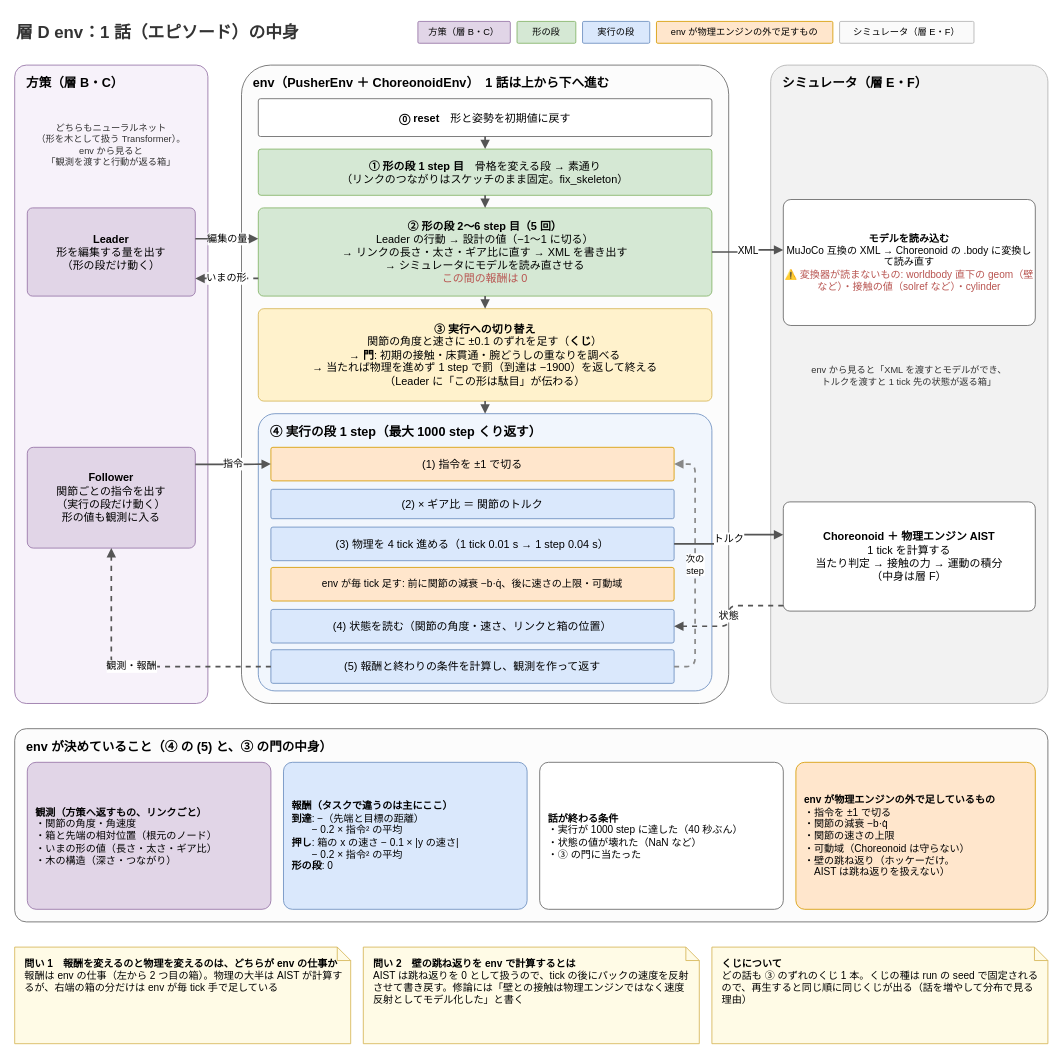
The draw.io diagram page "2 層 D env（1 話の中身）" (2 of 6) of docs/研究応用/執筆/使えそうな画像データ/M6の仕組み.drawio in 233301koshiro/StackelbergPPO, before the edit. Source tidied: cells renumbered, new cells numbered last; positions are measured from the earlier drawing's top-left corner, leaving out a move shared by most shapes. Both pictures are drawn from the tidied source at 84%, with x=0, y=0 at pixel (14, 14).
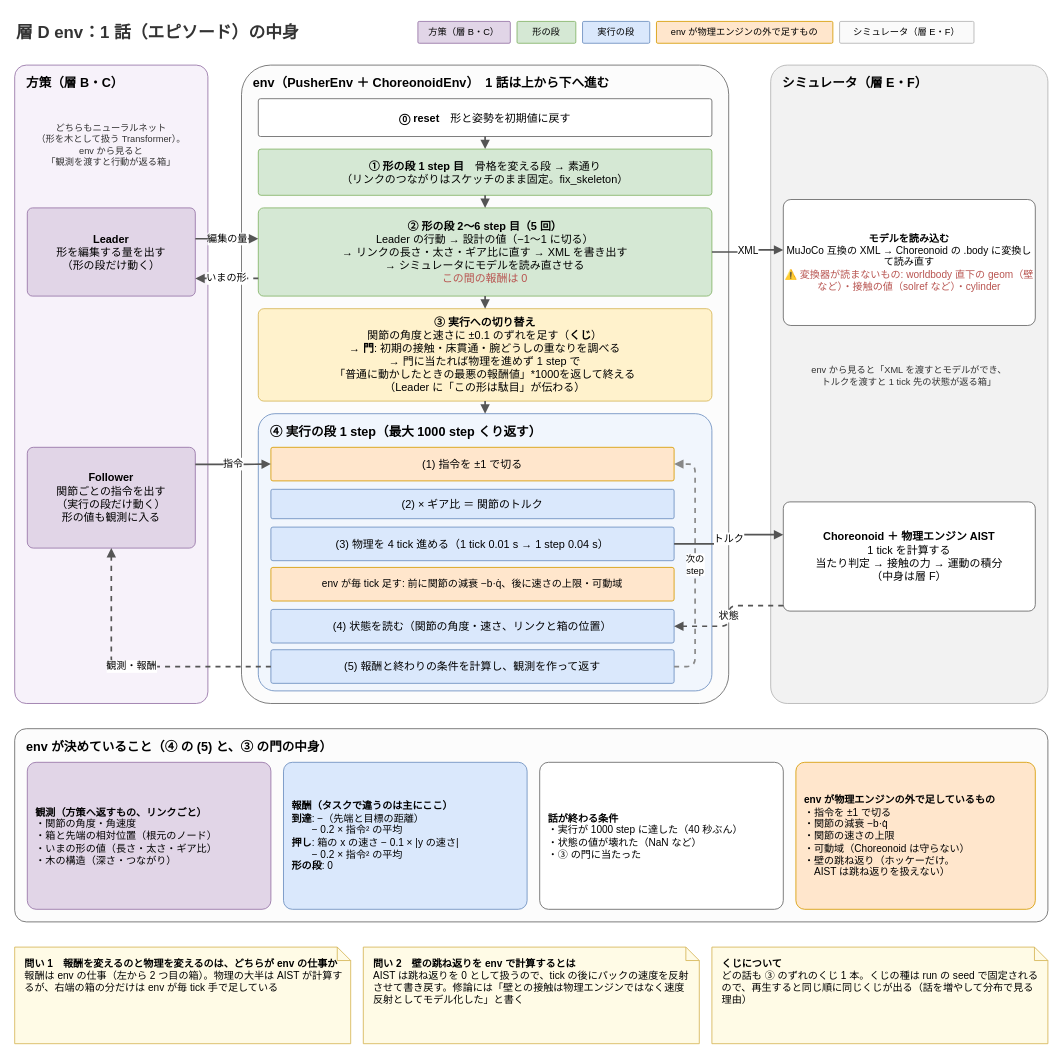
Above is the later version.

The edit, as a diff of the source:
```diff
@@
-    <mxCell id="16" value="&lt;b&gt;③ 実行への切り替え&lt;/b&gt;&lt;br&gt;関節の角度と速さに ±0.1 のずれを足す（&lt;b&gt;くじ&lt;/b&gt;）&lt;br&gt;→ &lt;b&gt;門&lt;/b&gt;: 初期の接触・床貫通・腕どうしの重なりを調べる&lt;br&gt;→ 当たれば物理を進めず 1 step で罰（到達は −1900）を返して終える&lt;br&gt;（Leader に「この形は駄目」が伝わる）" style="rounded=1;whiteSpace=wrap;html=1;fillColor=#fff2cc;strokeColor=#d6b656;fontSize=13;arcSize=6;" parent="1" vertex="1">
+    <mxCell id="16" value="&lt;b&gt;③ 実行への切り替え&lt;/b&gt;&lt;br&gt;関節の角度と速さに ±0.1 のずれを足す（&lt;b&gt;くじ&lt;/b&gt;）&lt;br&gt;→ &lt;b&gt;門&lt;/b&gt;: 初期の接触・床貫通・腕どうしの重なりを調べる&lt;br&gt;→ 門に当たれば物理を進めず 1 step で&lt;br&gt;「普通に動かしたときの最悪の報酬値」*1000を返して終える&lt;br&gt;（Leader に「この形は駄目」が伝わる）" style="rounded=1;whiteSpace=wrap;html=1;fillColor=#fff2cc;strokeColor=#d6b656;fontSize=13;arcSize=6;" parent="1" vertex="1">
       <mxGeometry x="290" y="350" width="540" height="110" as="geometry" />
     </mxCell>
```
